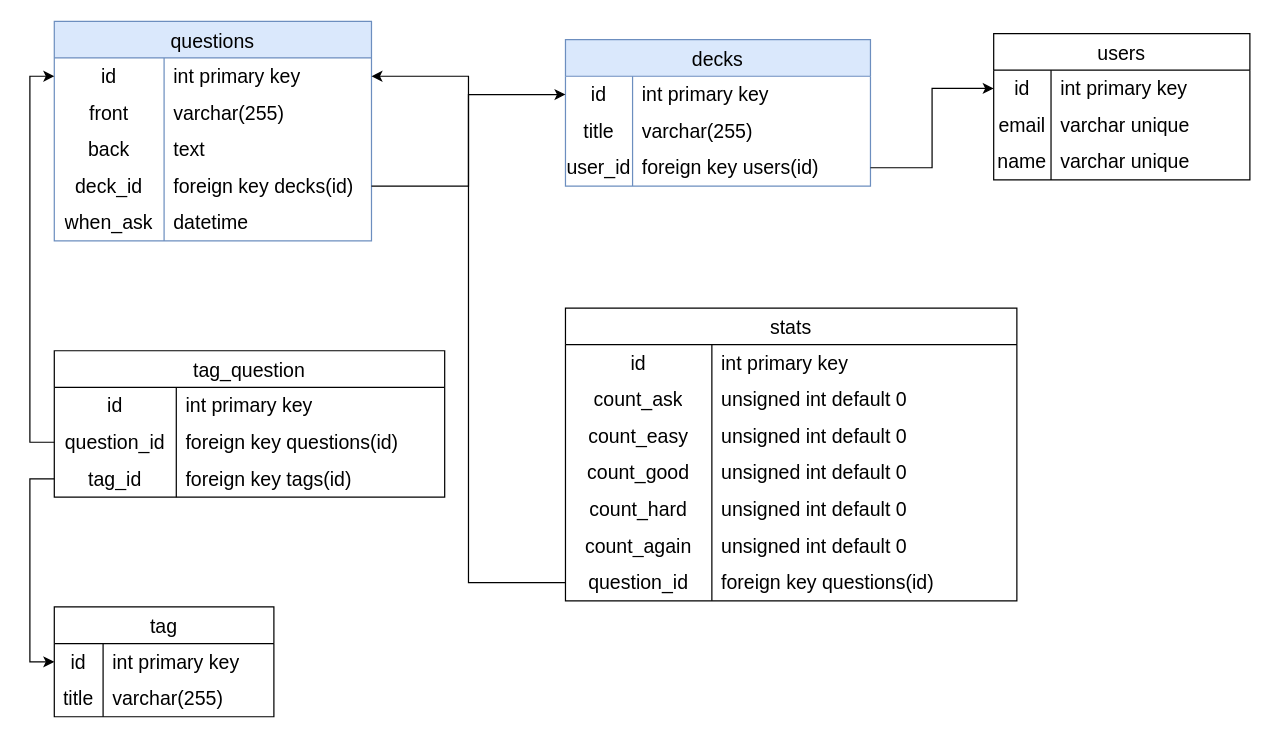
Lokusok/laravel-anki-clone keeps this draw.io diagram as dberdiagram.drawio. Above is the earlier version. Source tidied: cells renumbered, new cells numbered last; positions are measured from the earlier drawing's top-left corner, leaving out a move shared by most shapes. Both pictures are drawn from the tidied source at 122%, with x=0, y=0 at pixel (54, 21).
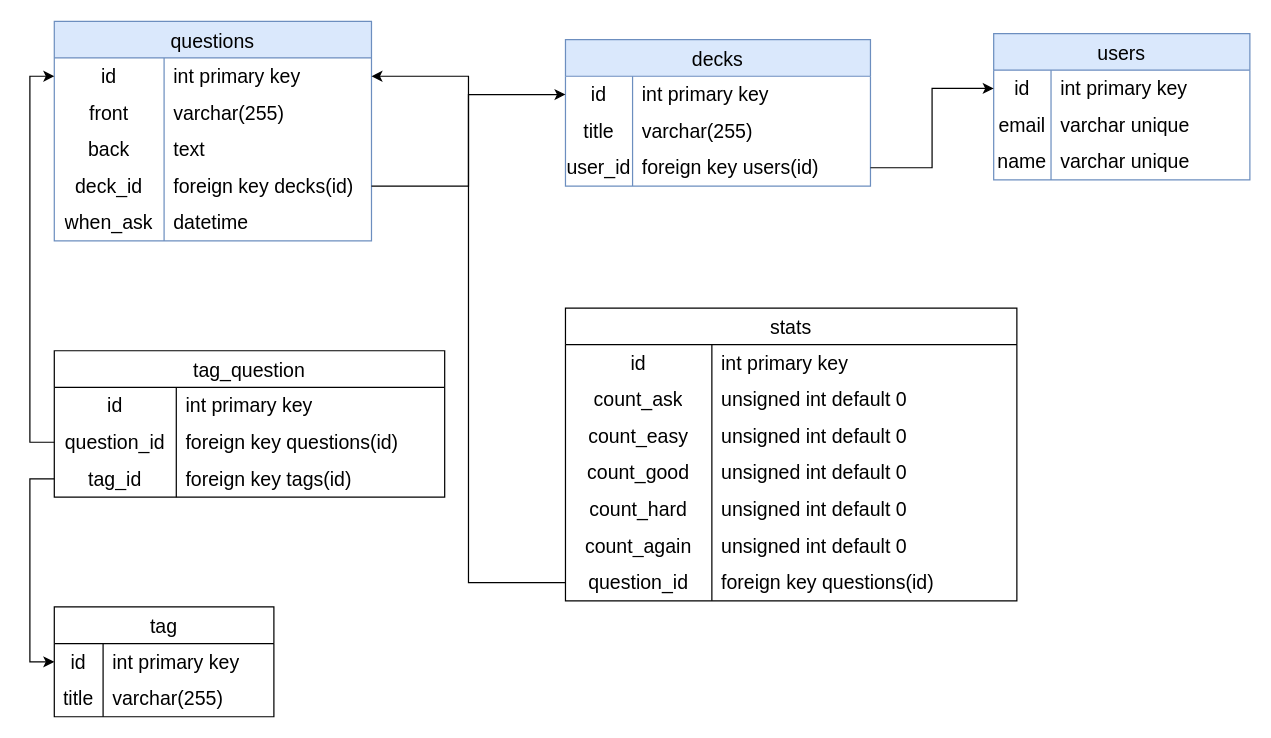
The same page after the edit.

Change to the diagram source:
```diff
@@
-    <mxCell id="12" value="users" style="shape=table;startSize=30;childLayout=tableLayout;rowLines=0;fontStyle=0;strokeColor=default;fontSize=16;" parent="1" vertex="1">
+    <mxCell id="12" value="users" style="shape=table;startSize=30;childLayout=tableLayout;rowLines=0;fontStyle=0;strokeColor=#6c8ebf;fontSize=16;fillColor=#dae8fc;" parent="1" vertex="1">
       <mxGeometry x="770" y="10" width="210" height="120" as="geometry" />
     </mxCell>
```
